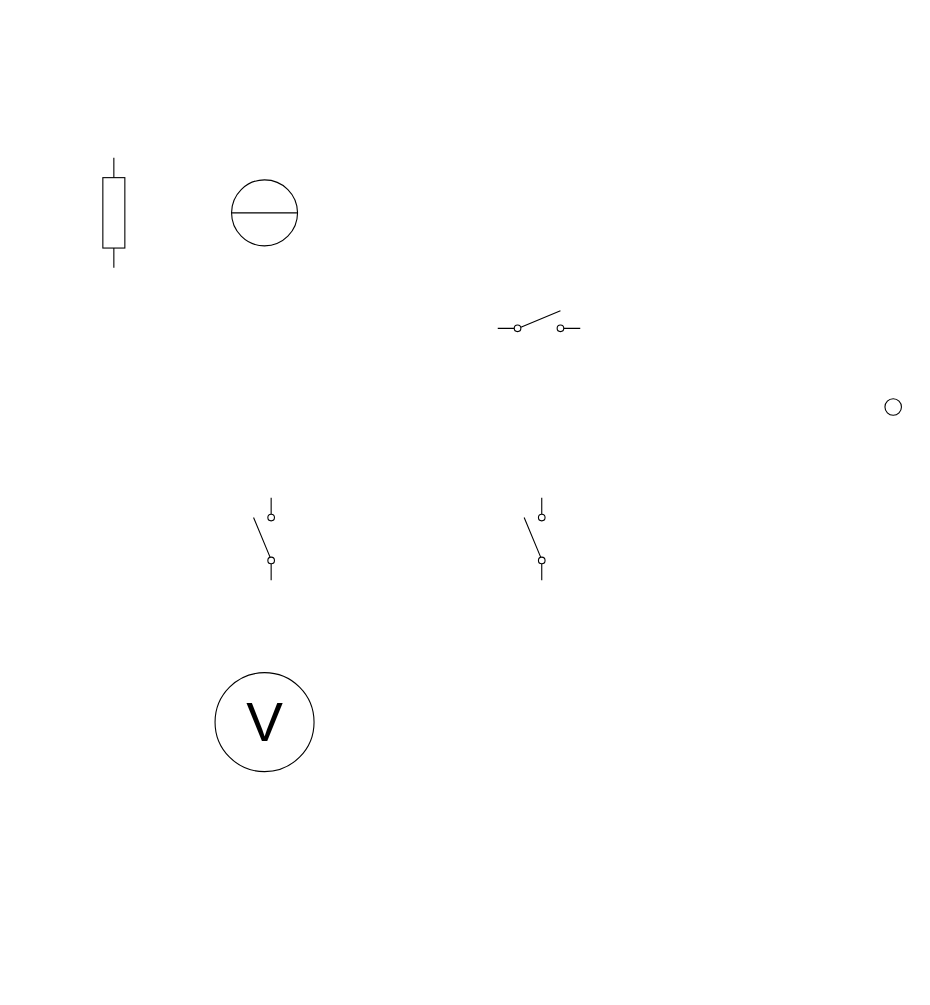
Before: BSB_ESI_Kontakttest.drawio in 100prznt/DrawIo, a draw.io diagram. Source tidied: cells renumbered, new cells numbered last; positions are measured from the earlier drawing's top-left corner, leaving out a move shared by most shapes. Both pictures are drawn from the tidied source at 110%, with x=0, y=0 at pixel (102, 157).
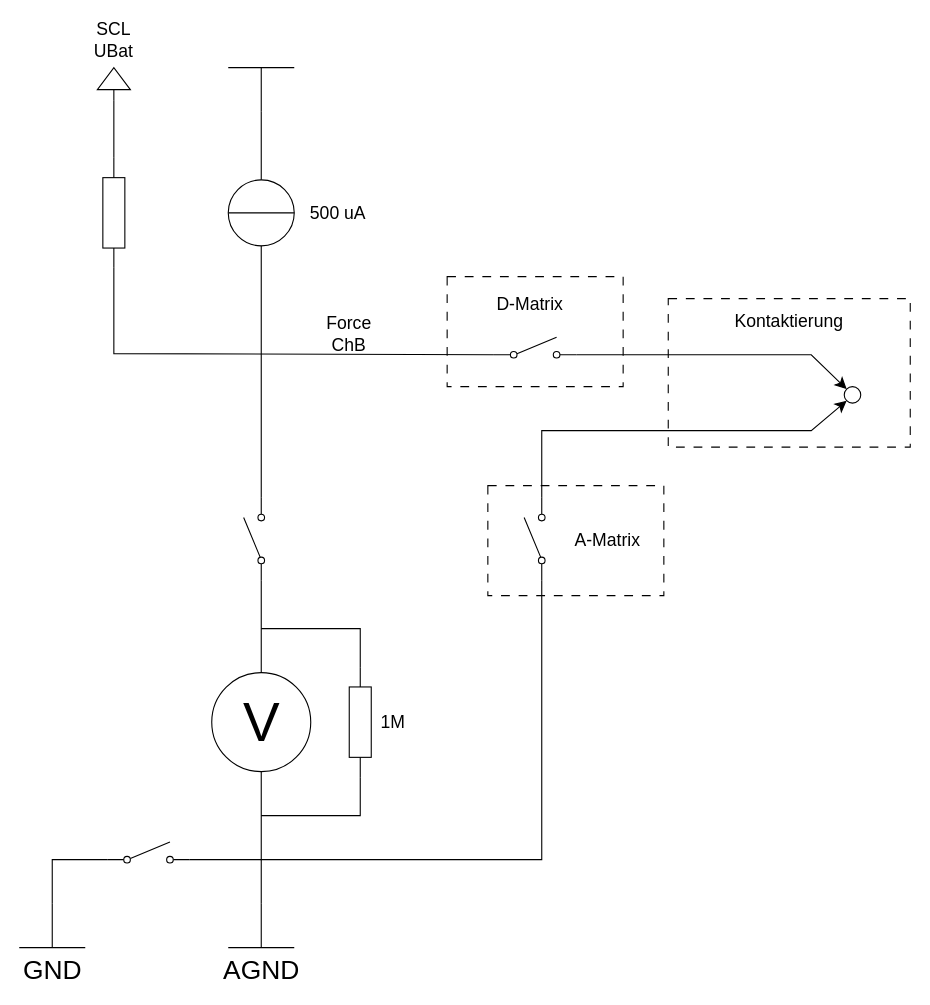
Above is the later version.

The edit, as a diff of the source:
```diff
@@
+    <mxCell id="9" style="edgeStyle=none;curved=0;rounded=0;jettySize=auto;html=1;exitX=1;exitY=0.5;exitDx=0;exitDy=0;exitPerimeter=0;fontSize=12;startSize=8;endSize=8;endArrow=none;endFill=0;entryX=0;entryY=0.8;entryDx=0;entryDy=0;" parent="1" edge="1" source="2" target="3">
+      <mxGeometry relative="1" as="geometry">
+        <Array as="points">
+          <mxPoint x="10" y="178" />
+        </Array>
+      </mxGeometry>
+    </mxCell>
-    <mxCell id="2" style="verticalLabelPosition=bottom;shadow=0;dashed=0;align=center;html=1;verticalAlign=top;shape=mxgraph.electrical.resistors.resistor_1;direction=south;" parent="1" vertex="1">
+    <mxCell id="2" style="verticalLabelPosition=bottom;shadow=0;dashed=0;align=center;html=1;verticalAlign=top;shape=mxgraph.electrical.resistors.resistor_1;direction=south;labelBackgroundColor=none;" parent="1" vertex="1">
       <mxGeometry width="20" height="100" as="geometry" />
     </mxCell>
+    <mxCell id="10" style="edgeStyle=none;curved=0;rounded=0;jettySize=auto;html=1;exitX=1;exitY=0.8;exitDx=0;exitDy=0;entryX=0;entryY=0;entryDx=0;entryDy=0;fontSize=12;startSize=8;endSize=8;" parent="1" edge="1" source="3" target="8">
+      <mxGeometry relative="1" as="geometry">
+        <Array as="points">
+          <mxPoint x="644" y="179" />
+        </Array>
+      </mxGeometry>
+    </mxCell>
-    <mxCell id="3" style="html=1;shape=mxgraph.electrical.electro-mechanical.singleSwitch;elSwitchState=off;" parent="1" vertex="1">
-      <mxGeometry x="359" y="139" width="75" height="20" as="geometry" />
+    <mxCell id="3" style="html=1;shape=mxgraph.electrical.electro-mechanical.singleSwitch;elSwitchState=off;labelBackgroundColor=none;" parent="1" vertex="1">
+      <mxGeometry x="355.5" y="163" width="75" height="20" as="geometry" />
     </mxCell>
+    <mxCell id="11" style="edgeStyle=none;curved=0;rounded=0;jettySize=auto;html=1;exitX=0;exitY=0.8;exitDx=0;exitDy=0;entryX=0.5;entryY=1;entryDx=0;entryDy=0;fontSize=12;startSize=8;endSize=8;endArrow=none;endFill=0;labelBackgroundColor=none;fontColor=default;" parent="1" edge="1" source="4" target="7">
+      <mxGeometry relative="1" as="geometry">
+        <Array as="points">
+          <mxPoint x="399" y="638" />
+          <mxPoint x="144" y="638" />
+        </Array>
+      </mxGeometry>
+    </mxCell>
+    <mxCell id="12" style="edgeStyle=none;curved=0;rounded=0;jettySize=auto;html=1;exitX=1;exitY=0.8;exitDx=0;exitDy=0;entryX=0;entryY=1;entryDx=0;entryDy=0;fontSize=12;startSize=8;endSize=8;" parent="1" edge="1" source="4" target="8">
+      <mxGeometry relative="1" as="geometry">
+        <Array as="points">
+          <mxPoint x="399" y="248" />
+          <mxPoint x="524" y="248" />
+          <mxPoint x="644" y="248" />
+        </Array>
+      </mxGeometry>
+    </mxCell>
-    <mxCell id="4" style="html=1;shape=mxgraph.electrical.electro-mechanical.singleSwitch;elSwitchState=off;direction=north;" parent="1" vertex="1">
+    <mxCell id="4" style="html=1;shape=mxgraph.electrical.electro-mechanical.singleSwitch;elSwitchState=off;direction=north;labelBackgroundColor=none;" parent="1" vertex="1">
       <mxGeometry x="383" y="309" width="20" height="75" as="geometry" />
     </mxCell>
-    <mxCell id="5" style="html=1;shape=mxgraph.electrical.electro-mechanical.singleSwitch;elSwitchState=off;direction=north;" parent="1" vertex="1">
-      <mxGeometry x="137" y="309" width="20" height="75" as="geometry" />
+    <mxCell id="5" style="html=1;shape=mxgraph.electrical.electro-mechanical.singleSwitch;elSwitchState=off;direction=north;labelBackgroundColor=none;" parent="1" vertex="1">
+      <mxGeometry x="128" y="309" width="20" height="75" as="geometry" />
     </mxCell>
-    <mxCell id="6" style="verticalLabelPosition=bottom;shadow=0;dashed=0;align=center;html=1;verticalAlign=top;shape=mxgraph.electrical.signal_sources.source;points=[[0.5,0,0],[1,0.5,0],[0.5,1,0],[0,0.5,0]];elSignalType=ideal;" parent="1" vertex="1">
-      <mxGeometry x="117" y="20" width="60" height="60" as="geometry" />
+    <mxCell id="6" style="verticalLabelPosition=bottom;shadow=0;dashed=0;align=center;html=1;verticalAlign=top;shape=mxgraph.electrical.signal_sources.source;points=[[0.5,0,0],[1,0.5,0],[0.5,1,0],[0,0.5,0]];elSignalType=ideal;labelBackgroundColor=none;" parent="1" vertex="1">
+      <mxGeometry x="114" y="20" width="60" height="60" as="geometry" />
     </mxCell>
+    <mxCell id="13" style="edgeStyle=none;curved=0;rounded=0;jettySize=auto;html=1;exitX=0.5;exitY=0;exitDx=0;exitDy=0;entryX=0;entryY=0.8;entryDx=0;entryDy=0;fontSize=12;startSize=8;endSize=8;endArrow=none;endFill=0;labelBackgroundColor=none;fontColor=default;" parent="1" edge="1" source="7" target="5">
+      <mxGeometry relative="1" as="geometry" />
+    </mxCell>
-    <mxCell id="7" value="V" style="verticalLabelPosition=middle;shadow=0;dashed=0;align=center;html=1;verticalAlign=middle;strokeWidth=1;shape=ellipse;fontSize=50;" parent="1" vertex="1">
-      <mxGeometry x="102" y="468" width="90" height="90" as="geometry" />
+    <mxCell id="7" value="V" style="verticalLabelPosition=middle;shadow=0;dashed=0;align=center;html=1;verticalAlign=middle;strokeWidth=1;shape=ellipse;fontSize=50;labelBackgroundColor=none;" parent="1" vertex="1">
+      <mxGeometry x="99" y="468" width="90" height="90" as="geometry" />
     </mxCell>
-    <mxCell id="8" style="verticalLabelPosition=bottom;shadow=0;dashed=0;align=center;html=1;verticalAlign=top;strokeWidth=1;shape=ellipse;perimeter=ellipsePerimeter;" parent="1" vertex="1">
-      <mxGeometry x="711" y="219" width="15" height="15" as="geometry" />
+    <mxCell id="8" style="verticalLabelPosition=bottom;shadow=0;dashed=0;align=center;html=1;verticalAlign=top;strokeWidth=1;shape=ellipse;perimeter=ellipsePerimeter;labelBackgroundColor=none;" parent="1" vertex="1">
+      <mxGeometry x="674" y="208" width="15" height="15" as="geometry" />
     </mxCell>
+    <mxCell id="14" style="edgeStyle=none;curved=1;rounded=0;jettySize=auto;html=1;exitX=1;exitY=0.8;exitDx=0;exitDy=0;entryX=0.5;entryY=1;entryDx=0;entryDy=0;entryPerimeter=0;fontSize=12;startSize=8;endSize=8;endArrow=none;endFill=0;" parent="1" edge="1" source="5" target="6">
+      <mxGeometry relative="1" as="geometry" />
+    </mxCell>
+    <mxCell id="15" style="edgeStyle=none;curved=1;rounded=0;jettySize=auto;html=1;exitX=0.5;exitY=1;exitDx=0;exitDy=0;exitPerimeter=0;fontSize=12;startSize=8;endSize=8;endArrow=none;endFill=0;" parent="1" edge="1" source="16">
+      <mxGeometry relative="1" as="geometry">
+        <mxPoint x="144" y="638" as="targetPoint" />
+      </mxGeometry>
+    </mxCell>
+    <mxCell id="16" value="AGND" style="verticalLabelPosition=bottom;shadow=0;dashed=0;align=center;html=1;verticalAlign=top;shape=mxgraph.electrical.signal_sources.vss2;fontSize=24;flipV=1;" parent="1" vertex="1">
+      <mxGeometry x="114" y="678" width="60" height="40" as="geometry" />
+    </mxCell>
+    <mxCell id="17" style="verticalLabelPosition=bottom;shadow=0;dashed=0;align=center;html=1;verticalAlign=top;shape=mxgraph.electrical.signal_sources.signal_ground;direction=west;" parent="1" vertex="1">
+      <mxGeometry x="-5" y="-82" width="30" height="30" as="geometry" />
+    </mxCell>
+    <mxCell id="18" style="edgeStyle=none;curved=1;rounded=0;jettySize=auto;html=1;exitX=0.5;exitY=0;exitDx=0;exitDy=0;exitPerimeter=0;entryX=0;entryY=0.5;entryDx=0;entryDy=0;entryPerimeter=0;fontSize=12;startSize=8;endSize=8;endArrow=none;endFill=0;" parent="1" edge="1" source="17" target="2">
+      <mxGeometry relative="1" as="geometry" />
+    </mxCell>
+    <mxCell id="19" style="verticalLabelPosition=bottom;shadow=0;dashed=0;align=center;html=1;verticalAlign=top;shape=mxgraph.electrical.signal_sources.vss2;fontSize=24;flipV=1;direction=west;" parent="1" vertex="1">
+      <mxGeometry x="114" y="-82" width="60" height="40" as="geometry" />
+    </mxCell>
+    <mxCell id="20" style="edgeStyle=none;curved=1;rounded=0;jettySize=auto;html=1;exitX=0.5;exitY=0;exitDx=0;exitDy=0;exitPerimeter=0;entryX=0.5;entryY=1;entryDx=0;entryDy=0;entryPerimeter=0;fontSize=12;startSize=8;endSize=8;endArrow=none;endFill=0;" parent="1" edge="1" source="6" target="19">
+      <mxGeometry relative="1" as="geometry" />
+    </mxCell>
+    <mxCell id="21" value="A-Matrix" style="text;strokeColor=none;fillColor=none;html=1;align=center;verticalAlign=middle;whiteSpace=wrap;rounded=0;fontSize=16;" parent="1" vertex="1">
+      <mxGeometry x="414" y="331.5" width="90" height="30" as="geometry" />
+    </mxCell>
+    <mxCell id="22" style="rounded=0;whiteSpace=wrap;html=1;fillColor=none;dashed=1;dashPattern=8 8;" parent="1" vertex="1">
+      <mxGeometry x="350" y="298" width="160" height="100" as="geometry" />
+    </mxCell>
+    <mxCell id="23" style="rounded=0;whiteSpace=wrap;html=1;fillColor=none;dashed=1;dashPattern=8 8;" parent="1" vertex="1">
+      <mxGeometry x="313" y="108" width="160" height="100" as="geometry" />
+    </mxCell>
+    <mxCell id="24" value="D-Matrix" style="text;strokeColor=none;fillColor=none;html=1;align=center;verticalAlign=middle;whiteSpace=wrap;rounded=0;fontSize=16;" parent="1" vertex="1">
+      <mxGeometry x="354" y="118" width="69" height="30" as="geometry" />
+    </mxCell>
+    <mxCell id="25" style="rounded=0;whiteSpace=wrap;html=1;fillColor=none;dashed=1;dashPattern=8 8;" parent="1" vertex="1">
+      <mxGeometry x="514" y="128" width="220" height="135" as="geometry" />
+    </mxCell>
+    <mxCell id="26" value="Kontaktierung" style="text;strokeColor=none;fillColor=none;html=1;align=center;verticalAlign=middle;whiteSpace=wrap;rounded=0;fontSize=16;" parent="1" vertex="1">
+      <mxGeometry x="594" y="133" width="60" height="30" as="geometry" />
+    </mxCell>
+    <mxCell id="27" value="Force&lt;div&gt;ChB&lt;/div&gt;" style="text;strokeColor=none;fillColor=none;html=1;align=center;verticalAlign=middle;whiteSpace=wrap;rounded=0;fontSize=16;" parent="1" vertex="1">
+      <mxGeometry x="194" y="145" width="60" height="30" as="geometry" />
+    </mxCell>
+    <mxCell id="28" value="SCL UBat" style="text;strokeColor=none;fillColor=none;html=1;align=center;verticalAlign=middle;whiteSpace=wrap;rounded=0;fontSize=16;" parent="1" vertex="1">
+      <mxGeometry x="-20" y="-122" width="60" height="30" as="geometry" />
+    </mxCell>
+    <mxCell id="29" value="500 uA" style="text;strokeColor=none;fillColor=none;html=1;align=center;verticalAlign=middle;whiteSpace=wrap;rounded=0;fontSize=16;" parent="1" vertex="1">
+      <mxGeometry x="184" y="35" width="60" height="30" as="geometry" />
+    </mxCell>
+    <mxCell id="30" style="edgeStyle=none;curved=0;rounded=0;jettySize=auto;html=1;exitX=1;exitY=0.5;exitDx=0;exitDy=0;exitPerimeter=0;fontSize=12;startSize=8;endSize=8;endArrow=none;endFill=0;" parent="1" edge="1" source="32">
+      <mxGeometry relative="1" as="geometry">
+        <mxPoint x="144" y="598" as="targetPoint" />
+        <Array as="points">
+          <mxPoint x="234" y="598" />
+        </Array>
+      </mxGeometry>
+    </mxCell>
+    <mxCell id="31" style="edgeStyle=none;curved=0;rounded=0;jettySize=auto;html=1;exitX=0;exitY=0.5;exitDx=0;exitDy=0;exitPerimeter=0;fontSize=12;startSize=8;endSize=8;endArrow=none;endFill=0;" parent="1" edge="1" source="32">
+      <mxGeometry relative="1" as="geometry">
+        <mxPoint x="144" y="428" as="targetPoint" />
+        <Array as="points">
+          <mxPoint x="234" y="428" />
+        </Array>
+      </mxGeometry>
+    </mxCell>
+    <mxCell id="32" style="verticalLabelPosition=bottom;shadow=0;dashed=0;align=center;html=1;verticalAlign=top;shape=mxgraph.electrical.resistors.resistor_1;direction=south;labelBackgroundColor=none;" parent="1" vertex="1">
+      <mxGeometry x="224" y="463" width="20" height="100" as="geometry" />
+    </mxCell>
+    <mxCell id="33" value="1M" style="text;strokeColor=none;fillColor=none;html=1;align=center;verticalAlign=middle;whiteSpace=wrap;rounded=0;fontSize=16;" parent="1" vertex="1">
+      <mxGeometry x="234" y="498" width="60" height="30" as="geometry" />
+    </mxCell>
+    <mxCell id="34" style="edgeStyle=none;curved=1;rounded=0;jettySize=auto;html=1;exitX=1;exitY=0.8;exitDx=0;exitDy=0;fontSize=12;startSize=8;endSize=8;endArrow=none;endFill=0;" parent="1" edge="1" source="35">
+      <mxGeometry relative="1" as="geometry">
+        <mxPoint x="144" y="638" as="targetPoint" />
+      </mxGeometry>
+    </mxCell>
+    <mxCell id="35" style="html=1;shape=mxgraph.electrical.electro-mechanical.singleSwitch;elSwitchState=off;direction=east;labelBackgroundColor=none;" parent="1" vertex="1">
+      <mxGeometry x="4" y="622" width="75" height="20" as="geometry" />
+    </mxCell>
+    <mxCell id="36" value="GND" style="verticalLabelPosition=bottom;shadow=0;dashed=0;align=center;html=1;verticalAlign=top;shape=mxgraph.electrical.signal_sources.vss2;fontSize=24;flipV=1;" parent="1" vertex="1">
+      <mxGeometry x="-76" y="678" width="60" height="40" as="geometry" />
+    </mxCell>
+    <mxCell id="37" style="edgeStyle=none;curved=0;rounded=0;jettySize=auto;html=1;exitX=0;exitY=0.8;exitDx=0;exitDy=0;entryX=0.5;entryY=1;entryDx=0;entryDy=0;entryPerimeter=0;fontSize=12;startSize=8;endSize=8;endArrow=none;endFill=0;" parent="1" edge="1" source="35" target="36">
+      <mxGeometry relative="1" as="geometry">
+        <Array as="points">
+          <mxPoint x="-46" y="638" />
+        </Array>
+      </mxGeometry>
+    </mxCell>
```
